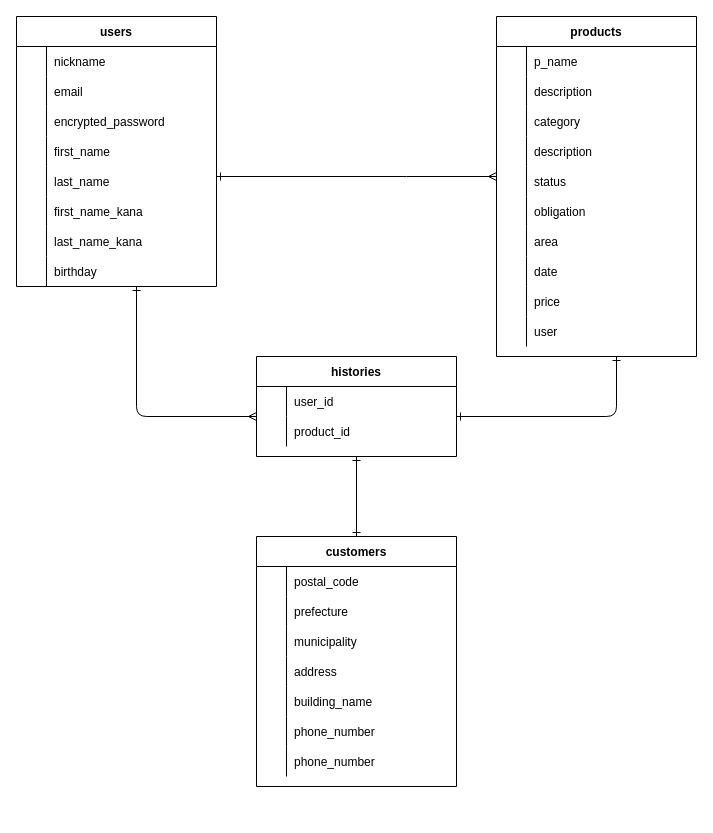
tama0607/furima-35860 keeps this draw.io diagram as furima.dio. Above is the earlier version. Source tidied: cells renumbered, new cells numbered last; positions are measured from the earlier drawing's top-left corner, leaving out a move shared by most shapes. Both pictures are drawn from the tidied source at 100%, with x=0, y=0 at pixel (16, 16).
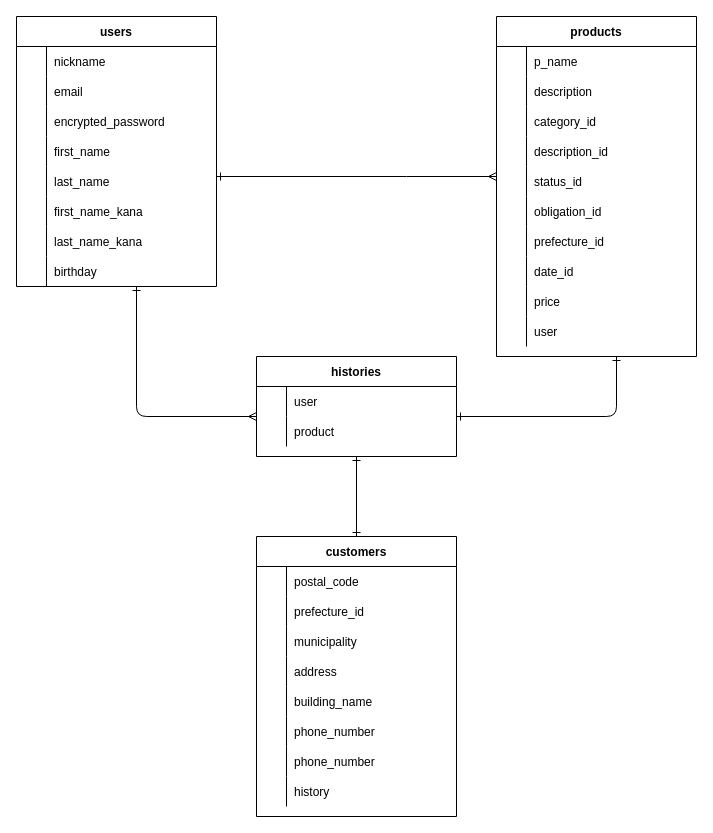
The same page after the edit.

The change refers to these unchanged cells:
```xml
<mxCell id="28" style="shape=partialRectangle;fillColor=none;top=0;left=0;bottom=0;right=0;" parent="27" vertex="1">
  <mxGeometry y="30" width="200" height="30" as="geometry" />
</mxCell>
<mxCell id="31" style="shape=partialRectangle;fillColor=none;top=0;left=0;bottom=0;right=0;points=[[0,0.5],[1,0.5]];portConstraint=eastwest;" parent="27" vertex="1">
  <mxGeometry y="60" width="200" height="30" as="geometry" />
</mxCell>
<mxCell id="41" style="shape=partialRectangle;fillColor=none;top=0;left=0;bottom=0;right=0;" parent="34" vertex="1">
  <mxGeometry y="90" width="200" height="30" as="geometry" />
</mxCell>
<mxCell id="44" style="shape=partialRectangle;fillColor=none;top=0;left=0;bottom=0;right=0;" parent="34" vertex="1">
  <mxGeometry y="120" width="200" height="30" as="geometry" />
</mxCell>
<mxCell id="47" style="shape=partialRectangle;fillColor=none;top=0;left=0;bottom=0;right=0;" parent="34" vertex="1">
  <mxGeometry y="150" width="200" height="30" as="geometry" />
</mxCell>
<mxCell id="50" style="shape=partialRectangle;fillColor=none;top=0;left=0;bottom=0;right=0;" parent="34" vertex="1">
  <mxGeometry y="180" width="200" height="30" as="geometry" />
</mxCell>
<mxCell id="53" style="shape=partialRectangle;fillColor=none;top=0;left=0;bottom=0;right=0;" parent="34" vertex="1">
  <mxGeometry y="210" width="200" height="30" as="geometry" />
</mxCell>
<mxCell id="56" style="shape=partialRectangle;fillColor=none;top=0;left=0;bottom=0;right=0;" parent="34" vertex="1">
  <mxGeometry y="240" width="200" height="30" as="geometry" />
</mxCell>
<mxCell id="69" style="shape=partialRectangle;fillColor=none;top=0;left=0;bottom=0;right=0;" parent="65" vertex="1">
  <mxGeometry y="60" width="200" height="30" as="geometry" />
</mxCell>
```

Change to the diagram source:
```diff
@@
-    <mxCell id="30" value="user_id" style="shape=partialRectangle;fillColor=none;top=0;left=0;bottom=0;right=0;align=left;spacingLeft=6;overflow=hidden;" parent="28" vertex="1">
+    <mxCell id="30" value="user" style="shape=partialRectangle;fillColor=none;top=0;left=0;bottom=0;right=0;align=left;spacingLeft=6;overflow=hidden;" parent="28" vertex="1">
       <mxGeometry x="30" width="170" height="30" as="geometry" />
     </mxCell>
@@
-    <mxCell id="33" value="product_id" style="shape=partialRectangle;fillColor=none;top=0;left=0;bottom=0;right=0;align=left;spacingLeft=6;overflow=hidden;" parent="31" vertex="1">
+    <mxCell id="33" value="product" style="shape=partialRectangle;fillColor=none;top=0;left=0;bottom=0;right=0;align=left;spacingLeft=6;overflow=hidden;" parent="31" vertex="1">
       <mxGeometry x="30" width="170" height="30" as="geometry" />
     </mxCell>
@@
-    <mxCell id="43" value="category" style="shape=partialRectangle;fillColor=none;top=0;left=0;bottom=0;right=0;align=left;spacingLeft=6;overflow=hidden;" parent="41" vertex="1">
+    <mxCell id="43" value="category_id" style="shape=partialRectangle;fillColor=none;top=0;left=0;bottom=0;right=0;align=left;spacingLeft=6;overflow=hidden;" parent="41" vertex="1">
       <mxGeometry x="30" width="170" height="30" as="geometry" />
     </mxCell>
@@
-    <mxCell id="46" value="description" style="shape=partialRectangle;fillColor=none;top=0;left=0;bottom=0;right=0;align=left;spacingLeft=6;overflow=hidden;" parent="44" vertex="1">
+    <mxCell id="46" value="description_id" style="shape=partialRectangle;fillColor=none;top=0;left=0;bottom=0;right=0;align=left;spacingLeft=6;overflow=hidden;" parent="44" vertex="1">
       <mxGeometry x="30" width="170" height="30" as="geometry" />
     </mxCell>
@@
-    <mxCell id="49" value="status" style="shape=partialRectangle;fillColor=none;top=0;left=0;bottom=0;right=0;align=left;spacingLeft=6;overflow=hidden;" parent="47" vertex="1">
+    <mxCell id="49" value="status_id" style="shape=partialRectangle;fillColor=none;top=0;left=0;bottom=0;right=0;align=left;spacingLeft=6;overflow=hidden;" parent="47" vertex="1">
       <mxGeometry x="30" width="170" height="30" as="geometry" />
     </mxCell>
@@
-    <mxCell id="52" value="obligation" style="shape=partialRectangle;fillColor=none;top=0;left=0;bottom=0;right=0;align=left;spacingLeft=6;overflow=hidden;" parent="50" vertex="1">
+    <mxCell id="52" value="obligation_id" style="shape=partialRectangle;fillColor=none;top=0;left=0;bottom=0;right=0;align=left;spacingLeft=6;overflow=hidden;" parent="50" vertex="1">
       <mxGeometry x="30" width="170" height="30" as="geometry" />
     </mxCell>
@@
-    <mxCell id="55" value="area" style="shape=partialRectangle;fillColor=none;top=0;left=0;bottom=0;right=0;align=left;spacingLeft=6;overflow=hidden;" parent="53" vertex="1">
+    <mxCell id="55" value="prefecture_id" style="shape=partialRectangle;fillColor=none;top=0;left=0;bottom=0;right=0;align=left;spacingLeft=6;overflow=hidden;" parent="53" vertex="1">
       <mxGeometry x="30" width="170" height="30" as="geometry" />
     </mxCell>
@@
-    <mxCell id="58" value="date" style="shape=partialRectangle;fillColor=none;top=0;left=0;bottom=0;right=0;align=left;spacingLeft=6;overflow=hidden;" parent="56" vertex="1">
+    <mxCell id="58" value="date_id" style="shape=partialRectangle;fillColor=none;top=0;left=0;bottom=0;right=0;align=left;spacingLeft=6;overflow=hidden;" parent="56" vertex="1">
       <mxGeometry x="30" width="170" height="30" as="geometry" />
     </mxCell>
@@
     <mxCell id="65" value="customers" style="shape=table;startSize=30;childLayout=tableLayout;rowLines=0;fontStyle=1;align=center;" parent="1" vertex="1">
-      <mxGeometry x="240" y="520" width="200" height="250" as="geometry" />
+      <mxGeometry x="240" y="520" width="200" height="280" as="geometry" />
     </mxCell>
@@
-    <mxCell id="71" value="prefecture" style="shape=partialRectangle;fillColor=none;top=0;left=0;bottom=0;right=0;align=left;spacingLeft=6;overflow=hidden;" parent="69" vertex="1">
+    <mxCell id="71" value="prefecture_id" style="shape=partialRectangle;fillColor=none;top=0;left=0;bottom=0;right=0;align=left;spacingLeft=6;overflow=hidden;" parent="69" vertex="1">
       <mxGeometry x="30" width="170" height="30" as="geometry" />
     </mxCell>
@@
+    <mxCell id="91" style="shape=partialRectangle;fillColor=none;top=0;left=0;bottom=0;right=0;" parent="65" vertex="1">
+      <mxGeometry y="240" width="200" height="30" as="geometry" />
+    </mxCell>
+    <mxCell id="92" style="shape=partialRectangle;fillColor=none;top=0;left=0;bottom=0;right=0;overflow=hidden;" parent="91" vertex="1">
+      <mxGeometry width="30" height="30" as="geometry" />
+    </mxCell>
+    <mxCell id="93" value="history" style="shape=partialRectangle;fillColor=none;top=0;left=0;bottom=0;right=0;align=left;spacingLeft=6;overflow=hidden;" parent="91" vertex="1">
+      <mxGeometry x="30" width="170" height="30" as="geometry" />
+    </mxCell>
```
